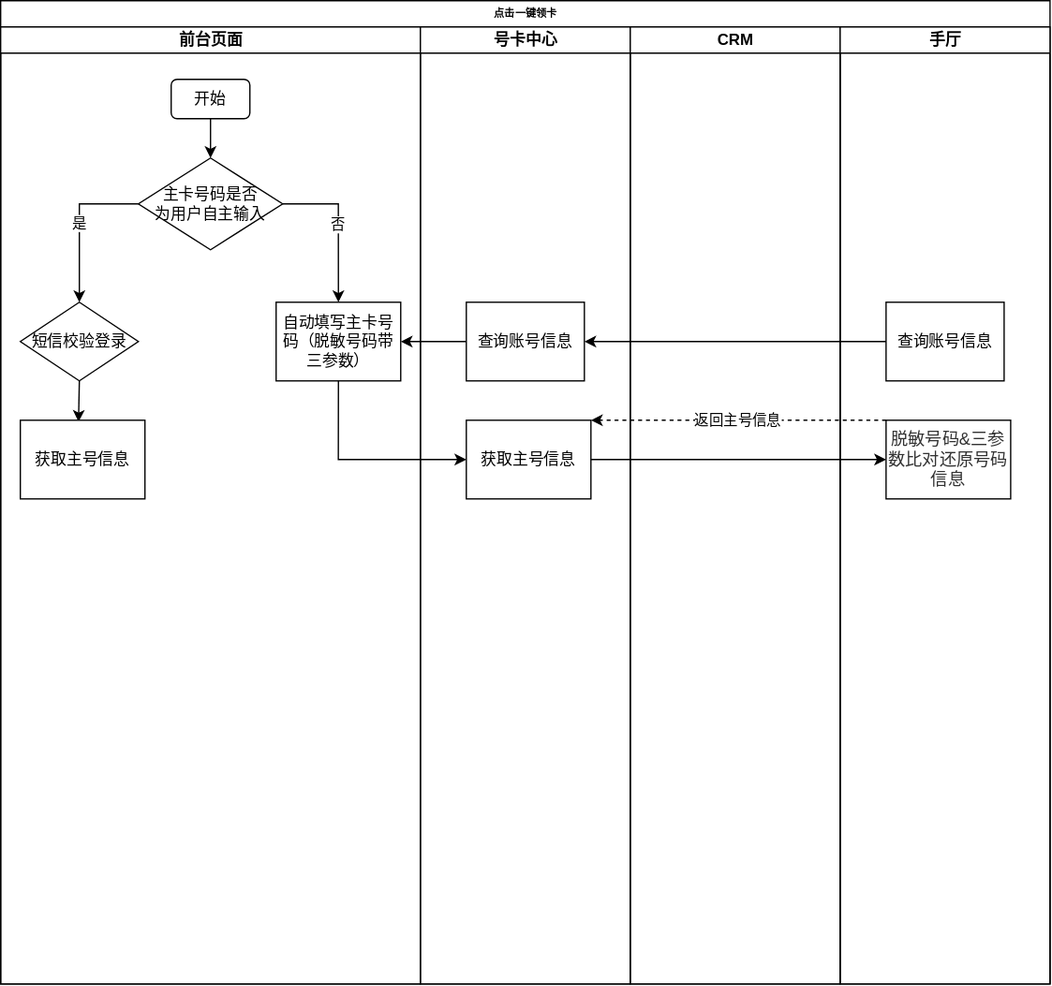
Above: 点击一键领卡.drawio.svg in Blank-0923/blog (draw.io), before the change. Source tidied: cells renumbered, new cells last; positions are measured from the earlier drawing's top-left corner, leaving out a move shared by most shapes.
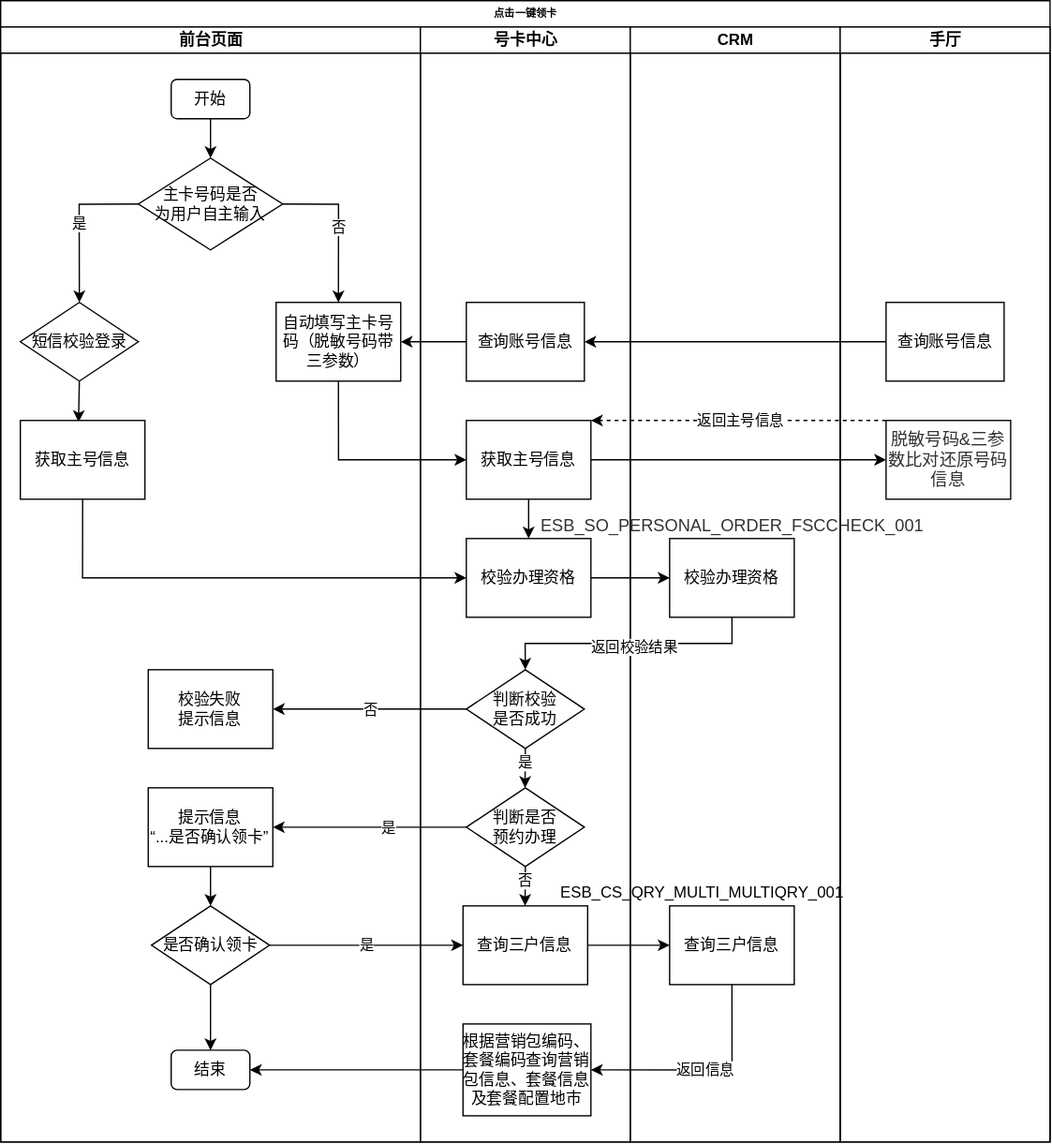
After the change.

Commit message:
更新点击一键领卡.drawio.svg

Change to the diagram source:
```diff
@@ -3,10 +3,10 @@
     <mxCell id="0" />
     <mxCell id="1" parent="0" />
     <mxCell id="2" value="点击一键领卡" style="swimlane;html=1;startSize=20;rounded=0;shadow=0;labelBackgroundColor=none;strokeWidth=1;fontFamily=Verdana;fontSize=8;align=center;" parent="1" vertex="1">
-      <mxGeometry width="800" height="750" as="geometry" />
+      <mxGeometry width="800" height="870" as="geometry" />
     </mxCell>
     <mxCell id="3" value="前台页面" style="swimlane;html=1;startSize=20;" parent="2" vertex="1">
-      <mxGeometry y="20" width="320" height="730" as="geometry" />
+      <mxGeometry y="20" width="320" height="850" as="geometry" />
     </mxCell>
     <mxCell id="4" style="edgeStyle=orthogonalEdgeStyle;rounded=0;jettySize=auto;html=1;exitX=0.5;exitY=1;exitDx=0;exitDy=0;entryX=0.5;entryY=0;entryDx=0;entryDy=0;" parent="3" edge="1" source="5" target="8">
       <mxGeometry relative="1" as="geometry" />
@@ -35,20 +35,74 @@
     <mxCell id="12" value="获取主号信息" style="rounded=0;whiteSpace=wrap;html=1;" parent="3" vertex="1">
       <mxGeometry x="15" y="300" width="95" height="60" as="geometry" />
     </mxCell>
+    <mxCell id="25" value="校验失败&lt;br&gt;提示信息" style="rounded=0;whiteSpace=wrap;html=1;" parent="3" vertex="1">
+      <mxGeometry x="112.5" y="490" width="95" height="60" as="geometry" />
+    </mxCell>
+    <mxCell id="26" style="edgeStyle=orthogonalEdgeStyle;rounded=0;jettySize=auto;html=1;exitX=0.5;exitY=1;exitDx=0;exitDy=0;entryX=0.5;entryY=0;entryDx=0;entryDy=0;" parent="3" edge="1" source="27" target="29">
+      <mxGeometry relative="1" as="geometry" />
+    </mxCell>
+    <mxCell id="27" value="提示信息&lt;br&gt;“...是否确认领卡”" style="rounded=0;whiteSpace=wrap;html=1;" parent="3" vertex="1">
+      <mxGeometry x="112.5" y="580" width="95" height="60" as="geometry" />
+    </mxCell>
+    <mxCell id="28" style="edgeStyle=orthogonalEdgeStyle;rounded=0;jettySize=auto;html=1;exitX=0.5;exitY=1;exitDx=0;exitDy=0;" parent="3" edge="1" source="29" target="30">
+      <mxGeometry relative="1" as="geometry" />
+    </mxCell>
+    <mxCell id="29" value="是否确认领卡" style="rhombus;whiteSpace=wrap;html=1;" parent="3" vertex="1">
+      <mxGeometry x="115" y="670" width="90" height="60" as="geometry" />
+    </mxCell>
+    <mxCell id="30" value="结束" style="rounded=1;whiteSpace=wrap;html=1;" parent="3" vertex="1">
+      <mxGeometry x="130" y="780" width="60" height="30" as="geometry" />
+    </mxCell>
     <mxCell id="13" value="号卡中心" style="swimlane;html=1;startSize=20;" parent="2" vertex="1">
-      <mxGeometry x="320" y="20" width="160" height="730" as="geometry" />
+      <mxGeometry x="320" y="20" width="160" height="850" as="geometry" />
     </mxCell>
     <mxCell id="14" value="查询账号信息" style="rounded=0;whiteSpace=wrap;html=1;" parent="13" vertex="1">
       <mxGeometry x="35" y="210" width="90" height="60" as="geometry" />
     </mxCell>
+    <mxCell id="31" style="edgeStyle=orthogonalEdgeStyle;rounded=0;jettySize=auto;html=1;exitX=0.5;exitY=1;exitDx=0;exitDy=0;entryX=0.5;entryY=0;entryDx=0;entryDy=0;" parent="13" edge="1" source="15" target="32">
+      <mxGeometry relative="1" as="geometry" />
+    </mxCell>
     <mxCell id="15" value="获取主号信息" style="rounded=0;whiteSpace=wrap;html=1;" parent="13" vertex="1">
       <mxGeometry x="35" y="300" width="95" height="60" as="geometry" />
     </mxCell>
+    <mxCell id="32" value="校验办理资格" style="rounded=0;whiteSpace=wrap;html=1;" parent="13" vertex="1">
+      <mxGeometry x="35" y="390" width="95" height="60" as="geometry" />
+    </mxCell>
+    <mxCell id="33" value="是" style="edgeStyle=orthogonalEdgeStyle;rounded=0;jettySize=auto;html=1;exitX=0.5;exitY=1;exitDx=0;exitDy=0;" parent="13" edge="1" source="34" target="36">
+      <mxGeometry x="0.2" relative="1" as="geometry" />
+    </mxCell>
+    <mxCell id="34" value="判断校验&lt;br&gt;是否成功" style="rhombus;whiteSpace=wrap;html=1;" parent="13" vertex="1">
+      <mxGeometry x="35" y="490" width="90" height="60" as="geometry" />
+    </mxCell>
+    <mxCell id="35" value="否" style="edgeStyle=orthogonalEdgeStyle;rounded=0;jettySize=auto;html=1;exitX=0.5;exitY=1;exitDx=0;exitDy=0;" parent="13" edge="1" source="36" target="37">
+      <mxGeometry x="0.2" relative="1" as="geometry" />
+    </mxCell>
+    <mxCell id="36" value="判断是否&lt;br&gt;预约办理" style="rhombus;whiteSpace=wrap;html=1;" parent="13" vertex="1">
+      <mxGeometry x="35" y="580" width="90" height="60" as="geometry" />
+    </mxCell>
+    <mxCell id="37" value="查询三户信息" style="rounded=0;whiteSpace=wrap;html=1;" parent="13" vertex="1">
+      <mxGeometry x="32.5" y="670" width="95" height="60" as="geometry" />
+    </mxCell>
+    <mxCell id="38" value="&lt;div class=&quot;mind-clipboard&quot;&gt;ESB_CS_QRY_MULTI_MULTIQRY_001&lt;div&gt;&lt;/div&gt;&lt;/div&gt;" style="text;html=1;strokeColor=none;fillColor=none;align=center;verticalAlign=middle;whiteSpace=wrap;rounded=0;" parent="13" vertex="1">
+      <mxGeometry x="90" y="650" width="250" height="20" as="geometry" />
+    </mxCell>
+    <mxCell id="39" value="根据营销包编码、套餐编码查询营销包信息、套餐信息及套餐配置地市" style="rounded=0;whiteSpace=wrap;html=1;" parent="13" vertex="1">
+      <mxGeometry x="32.5" y="760" width="97.5" height="70" as="geometry" />
+    </mxCell>
     <mxCell id="16" value="CRM" style="swimlane;html=1;startSize=20;" parent="2" vertex="1">
-      <mxGeometry x="480" y="20" width="160" height="730" as="geometry" />
+      <mxGeometry x="480" y="20" width="160" height="850" as="geometry" />
     </mxCell>
+    <mxCell id="40" value="校验办理资格" style="rounded=0;whiteSpace=wrap;html=1;" parent="16" vertex="1">
+      <mxGeometry x="30" y="390" width="95" height="60" as="geometry" />
+    </mxCell>
+    <mxCell id="41" value="&lt;span style=&quot;color: rgb(50 , 50 , 50) ; font-size: 13px ; background-color: rgba(255 , 255 , 255 , 0.01)&quot;&gt;ESB_SO_PERSONAL_ORDER_FSCCHECK_001&lt;/span&gt;" style="text;html=1;strokeColor=none;fillColor=none;align=center;verticalAlign=middle;whiteSpace=wrap;rounded=0;" parent="16" vertex="1">
+      <mxGeometry x="-92.5" y="370" width="340" height="20" as="geometry" />
+    </mxCell>
+    <mxCell id="42" value="查询三户信息" style="rounded=0;whiteSpace=wrap;html=1;" parent="16" vertex="1">
+      <mxGeometry x="30" y="670" width="95" height="60" as="geometry" />
+    </mxCell>
     <mxCell id="17" value="手厅" style="swimlane;html=1;startSize=20;" parent="2" vertex="1">
-      <mxGeometry x="640" y="20" width="160" height="730" as="geometry" />
+      <mxGeometry x="640" y="20" width="160" height="850" as="geometry" />
     </mxCell>
     <mxCell id="18" value="查询账号信息" style="rounded=0;whiteSpace=wrap;html=1;" parent="17" vertex="1">
       <mxGeometry x="35" y="210" width="90" height="60" as="geometry" />
@@ -71,5 +125,43 @@
     <mxCell id="24" value="返回主号信息" style="rounded=0;jettySize=auto;html=1;exitX=0;exitY=0;exitDx=0;exitDy=0;entryX=1;entryY=0;entryDx=0;entryDy=0;dashed=1;" parent="2" edge="1" source="19" target="15">
       <mxGeometry relative="1" as="geometry" />
     </mxCell>
+    <mxCell id="43" style="edgeStyle=orthogonalEdgeStyle;rounded=0;jettySize=auto;html=1;exitX=0.5;exitY=1;exitDx=0;exitDy=0;entryX=0;entryY=0.5;entryDx=0;entryDy=0;" parent="2" edge="1" source="12" target="32">
+      <mxGeometry relative="1" as="geometry" />
+    </mxCell>
+    <mxCell id="44" style="edgeStyle=orthogonalEdgeStyle;rounded=0;jettySize=auto;html=1;exitX=1;exitY=0.5;exitDx=0;exitDy=0;entryX=0;entryY=0.5;entryDx=0;entryDy=0;" parent="2" edge="1" source="32" target="40">
+      <mxGeometry relative="1" as="geometry" />
+    </mxCell>
+    <mxCell id="45" style="edgeStyle=orthogonalEdgeStyle;rounded=0;jettySize=auto;html=1;exitX=0.5;exitY=1;exitDx=0;exitDy=0;entryX=0.5;entryY=0;entryDx=0;entryDy=0;" parent="2" edge="1" source="40" target="34">
+      <mxGeometry relative="1" as="geometry" />
+    </mxCell>
+    <mxCell id="46" value="返回校验结果" style="edgeLabel;html=1;align=center;verticalAlign=middle;" parent="45" vertex="1">
+      <mxGeometry x="-0.33" y="2" relative="1" as="geometry">
+        <mxPoint x="-30" as="offset" />
+      </mxGeometry>
+    </mxCell>
+    <mxCell id="47" style="edgeStyle=orthogonalEdgeStyle;rounded=0;jettySize=auto;html=1;exitX=0;exitY=0.5;exitDx=0;exitDy=0;entryX=1;entryY=0.5;entryDx=0;entryDy=0;" parent="2" edge="1" source="34" target="25">
+      <mxGeometry relative="1" as="geometry" />
+    </mxCell>
+    <mxCell id="48" value="否" style="edgeLabel;html=1;align=center;verticalAlign=middle;" parent="47" vertex="1">
+      <mxGeometry relative="1" as="geometry" />
+    </mxCell>
+    <mxCell id="49" style="edgeStyle=orthogonalEdgeStyle;rounded=0;jettySize=auto;html=1;exitX=0;exitY=0.5;exitDx=0;exitDy=0;entryX=1;entryY=0.5;entryDx=0;entryDy=0;" parent="2" edge="1" source="36" target="27">
+      <mxGeometry relative="1" as="geometry" />
+    </mxCell>
+    <mxCell id="50" value="是" style="edgeLabel;html=1;align=center;verticalAlign=middle;" parent="49" vertex="1">
+      <mxGeometry x="-0.18" relative="1" as="geometry" />
+    </mxCell>
+    <mxCell id="51" value="是" style="edgeStyle=orthogonalEdgeStyle;rounded=0;jettySize=auto;html=1;exitX=1;exitY=0.5;exitDx=0;exitDy=0;" parent="2" edge="1" source="29" target="37">
+      <mxGeometry relative="1" as="geometry" />
+    </mxCell>
+    <mxCell id="52" style="edgeStyle=orthogonalEdgeStyle;rounded=0;jettySize=auto;html=1;exitX=1;exitY=0.5;exitDx=0;exitDy=0;entryX=0;entryY=0.5;entryDx=0;entryDy=0;" parent="2" edge="1" source="37" target="42">
+      <mxGeometry relative="1" as="geometry" />
+    </mxCell>
+    <mxCell id="53" value="返回信息" style="edgeStyle=orthogonalEdgeStyle;rounded=0;jettySize=auto;html=1;exitX=0.5;exitY=1;exitDx=0;exitDy=0;entryX=1;entryY=0.5;entryDx=0;entryDy=0;" parent="2" edge="1" source="42" target="39">
+      <mxGeometry relative="1" as="geometry" />
+    </mxCell>
+    <mxCell id="54" style="edgeStyle=orthogonalEdgeStyle;rounded=0;jettySize=auto;html=1;exitX=0;exitY=0.5;exitDx=0;exitDy=0;entryX=1;entryY=0.5;entryDx=0;entryDy=0;" parent="2" edge="1" source="39" target="30">
+      <mxGeometry relative="1" as="geometry" />
+    </mxCell>
   </root>
 </mxGraphModel>
```
